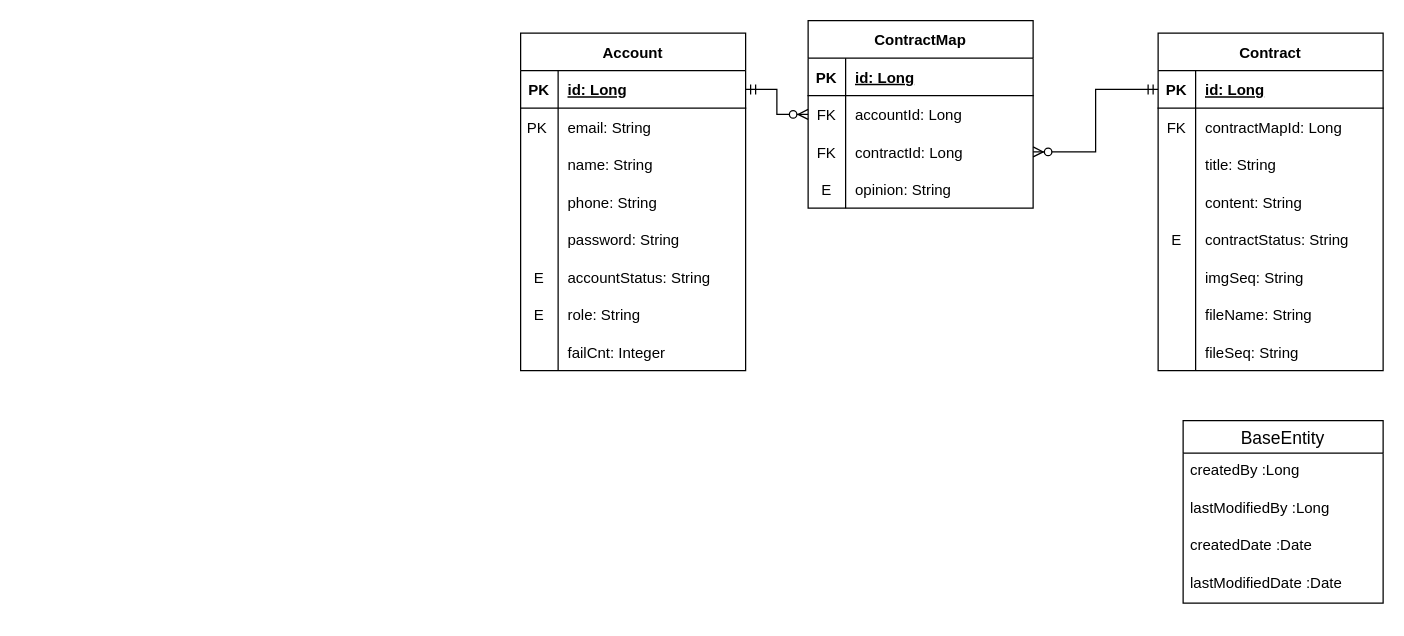
Above: withAPI.drawio in yline0808/withAPI (draw.io), before the change. Source tidied: cells renumbered, new cells numbered last; positions are measured from the earlier drawing's top-left corner, leaving out a move shared by most shapes. Both pictures are drawn from the tidied source at 125%, with x=0, y=0 at pixel (520, 20).
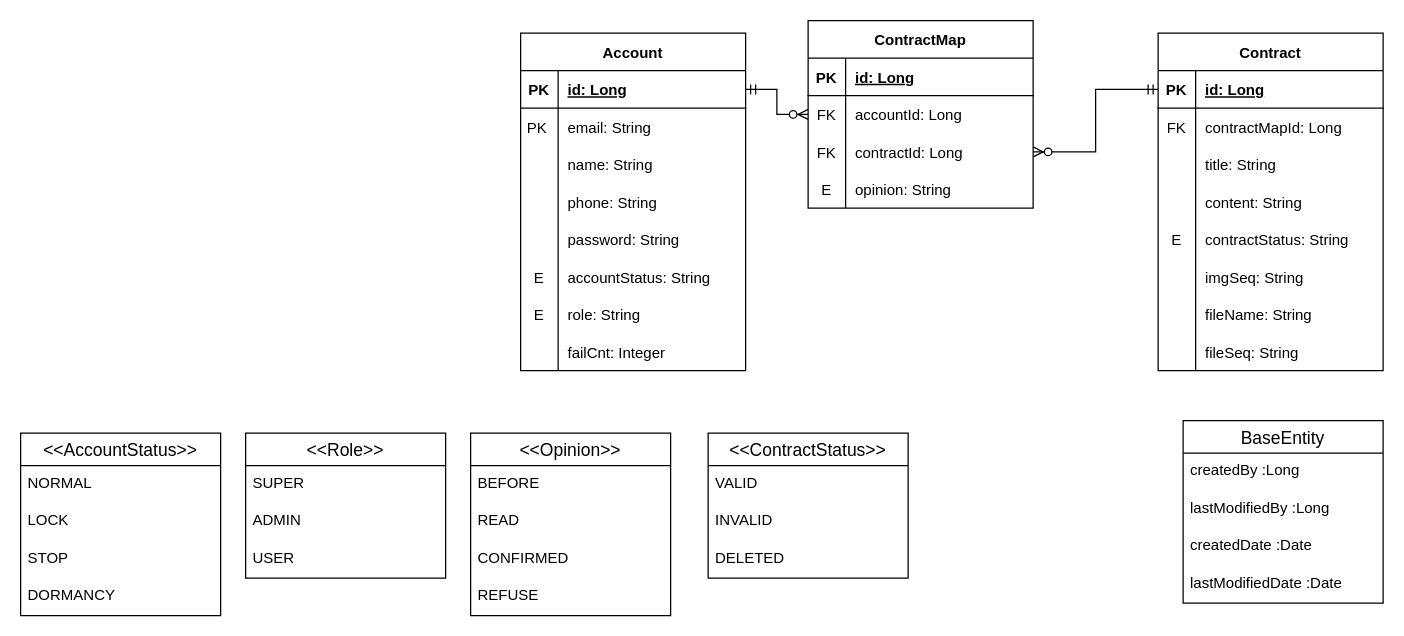
Above is the later version.

Change to the diagram source:
```diff
@@
+    <mxCell id="72" value="&lt;&lt;AccountStatus&gt;&gt;" style="swimlane;fontStyle=0;horizontal=1;startSize=26;align=center;fontSize=14;" parent="1" vertex="1">
+      <mxGeometry x="-400" y="330" width="160" height="146" as="geometry" />
+    </mxCell>
+    <mxCell id="73" value="NORMAL" style="text;strokeColor=none;fillColor=none;spacingLeft=4;spacingRight=4;overflow=hidden;fontSize=12;" parent="72" vertex="1">
+      <mxGeometry y="26" width="160" height="30" as="geometry" />
+    </mxCell>
+    <mxCell id="74" value="LOCK" style="text;strokeColor=none;fillColor=none;spacingLeft=4;spacingRight=4;overflow=hidden;fontSize=12;" parent="72" vertex="1">
+      <mxGeometry y="56" width="160" height="30" as="geometry" />
+    </mxCell>
+    <mxCell id="75" value="STOP" style="text;strokeColor=none;fillColor=none;spacingLeft=4;spacingRight=4;overflow=hidden;fontSize=12;" parent="72" vertex="1">
+      <mxGeometry y="86" width="160" height="30" as="geometry" />
+    </mxCell>
+    <mxCell id="76" value="DORMANCY" style="text;strokeColor=none;fillColor=none;spacingLeft=4;spacingRight=4;overflow=hidden;fontSize=12;" parent="72" vertex="1">
+      <mxGeometry y="116" width="160" height="30" as="geometry" />
+    </mxCell>
+    <mxCell id="77" value="&lt;&lt;Role&gt;&gt;" style="swimlane;fontStyle=0;horizontal=1;startSize=26;align=center;fontSize=14;" parent="1" vertex="1">
+      <mxGeometry x="-220" y="330" width="160" height="116" as="geometry" />
+    </mxCell>
+    <mxCell id="78" value="SUPER" style="text;strokeColor=none;fillColor=none;spacingLeft=4;spacingRight=4;overflow=hidden;fontSize=12;" parent="77" vertex="1">
+      <mxGeometry y="26" width="160" height="30" as="geometry" />
+    </mxCell>
+    <mxCell id="79" value="ADMIN" style="text;strokeColor=none;fillColor=none;spacingLeft=4;spacingRight=4;overflow=hidden;fontSize=12;" parent="77" vertex="1">
+      <mxGeometry y="56" width="160" height="30" as="geometry" />
+    </mxCell>
+    <mxCell id="80" value="USER" style="text;strokeColor=none;fillColor=none;spacingLeft=4;spacingRight=4;overflow=hidden;fontSize=12;" parent="77" vertex="1">
+      <mxGeometry y="86" width="160" height="30" as="geometry" />
+    </mxCell>
+    <mxCell id="81" value="&lt;&lt;Opinion&gt;&gt;" style="swimlane;fontStyle=0;horizontal=1;startSize=26;align=center;fontSize=14;" parent="1" vertex="1">
+      <mxGeometry x="-40" y="330" width="160" height="146" as="geometry" />
+    </mxCell>
+    <mxCell id="82" value="BEFORE" style="text;strokeColor=none;fillColor=none;spacingLeft=4;spacingRight=4;overflow=hidden;fontSize=12;" parent="81" vertex="1">
+      <mxGeometry y="26" width="160" height="30" as="geometry" />
+    </mxCell>
+    <mxCell id="83" value="READ" style="text;strokeColor=none;fillColor=none;spacingLeft=4;spacingRight=4;overflow=hidden;fontSize=12;" parent="81" vertex="1">
+      <mxGeometry y="56" width="160" height="30" as="geometry" />
+    </mxCell>
+    <mxCell id="84" value="CONFIRMED" style="text;strokeColor=none;fillColor=none;spacingLeft=4;spacingRight=4;overflow=hidden;fontSize=12;" parent="81" vertex="1">
+      <mxGeometry y="86" width="160" height="30" as="geometry" />
+    </mxCell>
+    <mxCell id="85" value="REFUSE" style="text;strokeColor=none;fillColor=none;spacingLeft=4;spacingRight=4;overflow=hidden;fontSize=12;" parent="81" vertex="1">
+      <mxGeometry y="116" width="160" height="30" as="geometry" />
+    </mxCell>
+    <mxCell id="86" value="&lt;&lt;ContractStatus&gt;&gt;" style="swimlane;fontStyle=0;horizontal=1;startSize=26;align=center;fontSize=14;" parent="1" vertex="1">
+      <mxGeometry x="150" y="330" width="160" height="116" as="geometry" />
+    </mxCell>
+    <mxCell id="87" value="VALID" style="text;strokeColor=none;fillColor=none;spacingLeft=4;spacingRight=4;overflow=hidden;fontSize=12;" parent="86" vertex="1">
+      <mxGeometry y="26" width="160" height="30" as="geometry" />
+    </mxCell>
+    <mxCell id="88" value="INVALID" style="text;strokeColor=none;fillColor=none;spacingLeft=4;spacingRight=4;overflow=hidden;fontSize=12;" parent="86" vertex="1">
+      <mxGeometry y="56" width="160" height="30" as="geometry" />
+    </mxCell>
+    <mxCell id="89" value="DELETED" style="text;strokeColor=none;fillColor=none;spacingLeft=4;spacingRight=4;overflow=hidden;fontSize=12;" parent="86" vertex="1">
+      <mxGeometry y="86" width="160" height="30" as="geometry" />
+    </mxCell>
```
